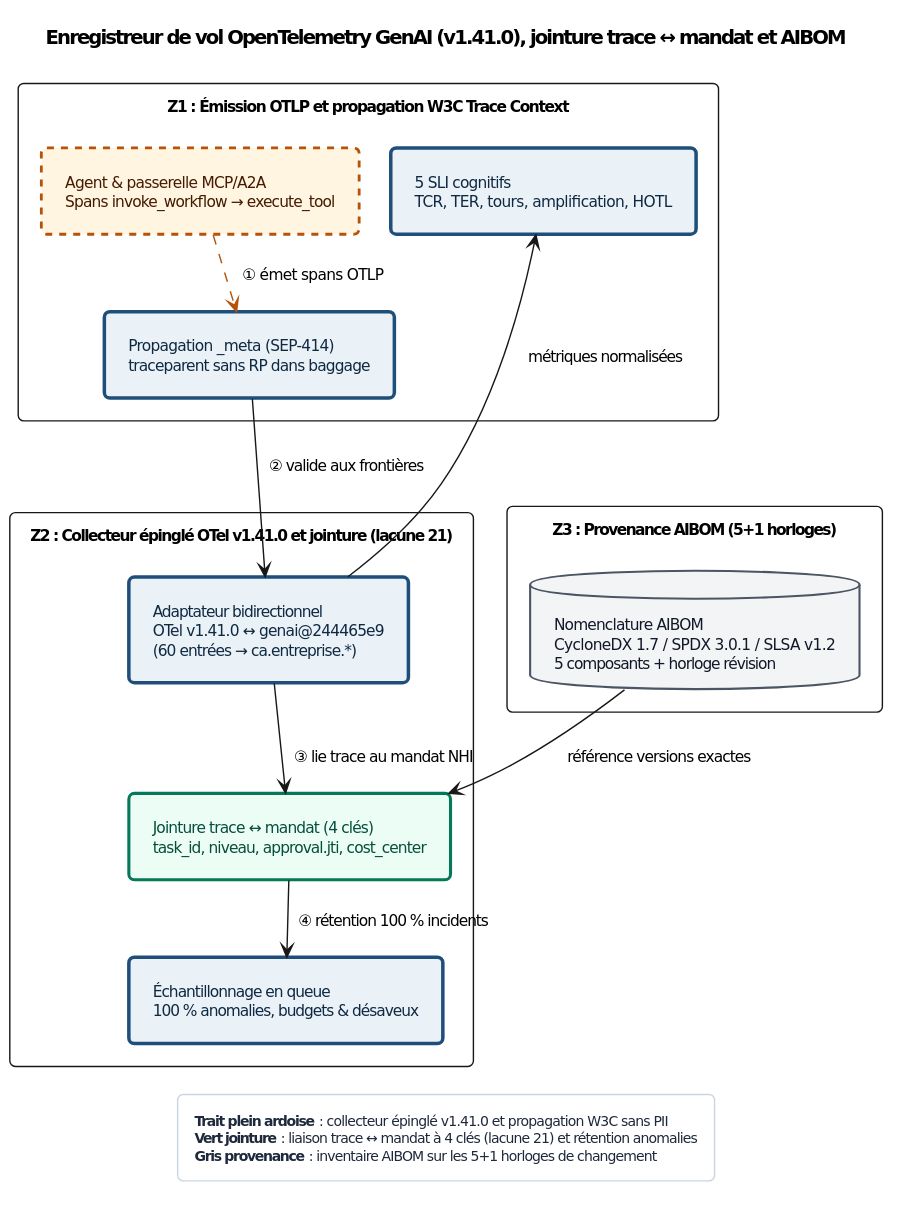
This is Compendium/ouvrage/schemas/rendus/SCH-22-01.svg from agbruneau/Agentique, a PlantUML export, as it was before one commit.
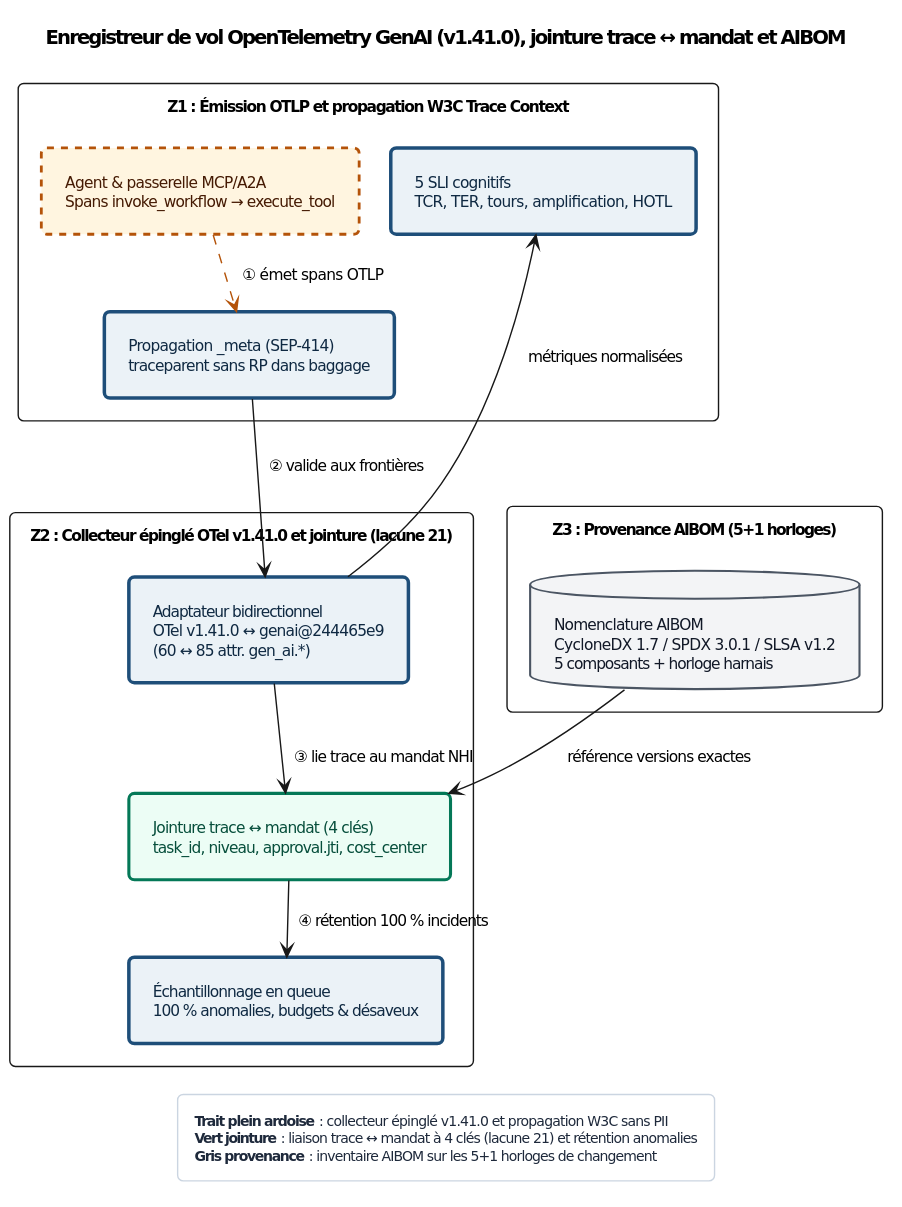
Later version of the same file.

Diff of the diagram source:
```diff
@@ -65,12 +65,12 @@
   rectangle "5 SLI cognitifs\nTCR, TER, tours, amplification, HOTL" as SLI <<det>>
 }
 package "Z2 : Collecteur épinglé OTel v1.41.0 et jointure (lacune 21)" {
-  rectangle "Adaptateur bidirectionnel\nOTel v1.41.0 ↔ genai@244465e9\n(60 entrées → ca.entreprise.*)" as COL <<det>>
+  rectangle "Adaptateur bidirectionnel\nOTel v1.41.0 ↔ genai@244465e9\n(60 ↔ 85 attr. gen_ai.*)" as COL <<det>>
   rectangle "Jointure trace ↔ mandat (4 clés)\ntask_id, niveau, approval.jti, cost_center" as JOIN <<ok>>
   rectangle "Échantillonnage en queue\n100 % anomalies, budgets & désaveux" as TAIL <<det>>
 }
 package "Z3 : Provenance AIBOM (5+1 horloges)" {
-  database "Nomenclature AIBOM\nCycloneDX 1.7 / SPDX 3.0.1 / SLSA v1.2\n5 composants + horloge révision" as AIBOM <<ext>>
+  database "Nomenclature AIBOM\nCycloneDX 1.7 / SPDX 3.0.1 / SLSA v1.2\n5 composants + horloge harnais" as AIBOM <<ext>>
 }
 AGT .[#B45309].> META : ① émet spans OTLP
 META --> COL : ② valide aux frontières
```
